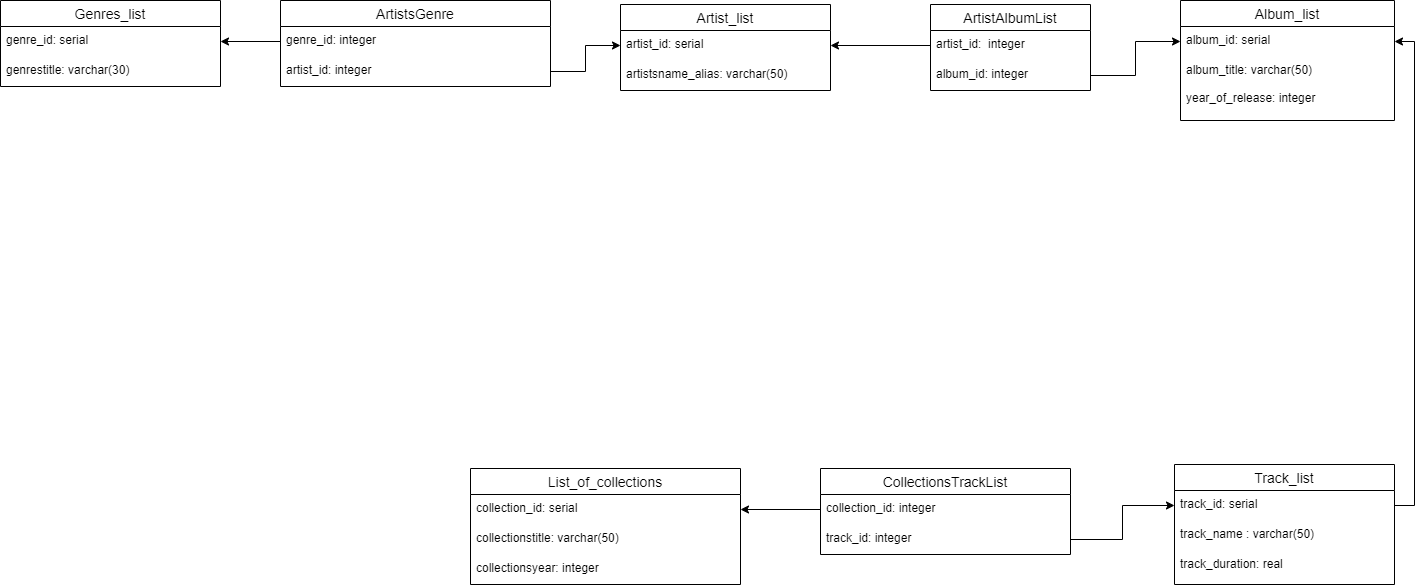
InessaSh2021/Repository_hw keeps this draw.io diagram as HW3_table.png. Above is the earlier version. Source tidied: cells renumbered, new cells last; positions are measured from the earlier drawing's top-left corner, leaving out a move shared by most shapes.
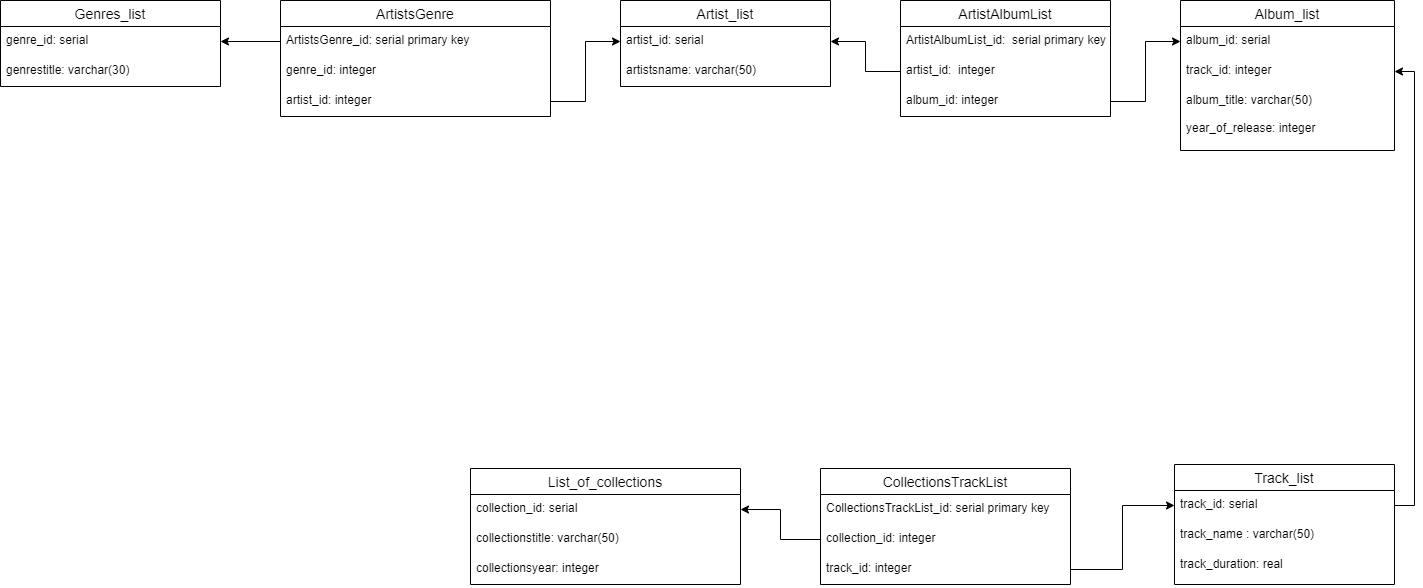
After the change.

The edit, as a diff of the source:
```diff
@@ -3,24 +3,27 @@
     <mxCell id="0" />
     <mxCell id="1" parent="0" />
     <mxCell id="2" value="Album_list" style="swimlane;fontStyle=0;horizontal=1;startSize=26;align=center;fontSize=14;" parent="1" vertex="1">
-      <mxGeometry x="1180" width="214" height="120" as="geometry" />
+      <mxGeometry x="1180" width="214" height="150" as="geometry" />
     </mxCell>
     <mxCell id="3" value="album_id: serial" style="text;strokeColor=none;fillColor=none;spacingLeft=4;spacingRight=4;overflow=hidden;points=[[0,0.5],[1,0.5]];portConstraint=eastwest;fontSize=12;" parent="2" vertex="1">
       <mxGeometry y="26" width="214" height="30" as="geometry" />
     </mxCell>
+    <mxCell id="38" value="track_id: integer" style="text;strokeColor=none;fillColor=none;spacingLeft=4;spacingRight=4;overflow=hidden;points=[[0,0.5],[1,0.5]];portConstraint=eastwest;fontSize=12;" parent="2" vertex="1">
+      <mxGeometry y="56" width="214" height="30" as="geometry" />
+    </mxCell>
     <mxCell id="4" value="album_title: varchar(50)&#10;&#10;year_of_release: integer&#10;&#10;" style="text;strokeColor=none;fillColor=none;spacingLeft=4;spacingRight=4;overflow=hidden;points=[[0,0.5],[1,0.5]];portConstraint=eastwest;fontSize=12;" parent="2" vertex="1">
-      <mxGeometry y="56" width="214" height="64" as="geometry" />
+      <mxGeometry y="86" width="214" height="64" as="geometry" />
     </mxCell>
     <mxCell id="5" style="edgeStyle=orthogonalEdgeStyle;rounded=0;orthogonalLoop=1;jettySize=auto;html=1;exitX=1;exitY=0.5;exitDx=0;exitDy=0;" parent="2" edge="1" source="4" target="4">
       <mxGeometry relative="1" as="geometry" />
     </mxCell>
     <mxCell id="6" value="Artist_list" style="swimlane;fontStyle=0;horizontal=1;startSize=26;align=center;fontSize=14;" parent="1" vertex="1">
-      <mxGeometry x="620" y="4" width="210" height="86" as="geometry" />
+      <mxGeometry x="620" width="210" height="86" as="geometry" />
     </mxCell>
     <mxCell id="7" value="artist_id: serial" style="text;strokeColor=none;fillColor=none;spacingLeft=4;spacingRight=4;overflow=hidden;points=[[0,0.5],[1,0.5]];portConstraint=eastwest;fontSize=12;" parent="6" vertex="1">
       <mxGeometry y="26" width="210" height="30" as="geometry" />
     </mxCell>
-    <mxCell id="8" value="artistsname_alias: varchar(50)" style="text;strokeColor=none;fillColor=none;spacingLeft=4;spacingRight=4;overflow=hidden;fontSize=12;" parent="6" vertex="1">
+    <mxCell id="8" value="artistsname: varchar(50)" style="text;strokeColor=none;fillColor=none;spacingLeft=4;spacingRight=4;overflow=hidden;fontSize=12;" parent="6" vertex="1">
       <mxGeometry y="56" width="210" height="30" as="geometry" />
     </mxCell>
     <mxCell id="9" value="Genres_list" style="swimlane;fontStyle=0;horizontal=1;startSize=26;align=center;fontSize=14;" parent="1" vertex="1">
@@ -63,13 +66,16 @@
       <mxGeometry y="86" width="270" height="30" as="geometry" />
     </mxCell>
     <mxCell id="22" value="ArtistsGenre" style="swimlane;fontStyle=0;horizontal=1;startSize=26;align=center;fontSize=14;" parent="1" vertex="1">
-      <mxGeometry x="280" width="270" height="86" as="geometry" />
+      <mxGeometry x="280" width="270" height="116" as="geometry" />
     </mxCell>
-    <mxCell id="23" value="genre_id: integer" style="text;strokeColor=none;fillColor=none;spacingLeft=4;spacingRight=4;overflow=hidden;points=[[0,0.5],[1,0.5]];portConstraint=eastwest;fontSize=12;" parent="22" vertex="1">
+    <mxCell id="23" value="ArtistsGenre_id: serial primary key" style="text;strokeColor=none;fillColor=none;spacingLeft=4;spacingRight=4;overflow=hidden;points=[[0,0.5],[1,0.5]];portConstraint=eastwest;fontSize=12;" parent="22" vertex="1">
       <mxGeometry y="26" width="270" height="30" as="geometry" />
     </mxCell>
+    <mxCell id="39" value="genre_id: integer" style="text;strokeColor=none;fillColor=none;spacingLeft=4;spacingRight=4;overflow=hidden;fontSize=12;" parent="22" vertex="1">
+      <mxGeometry y="56" width="270" height="30" as="geometry" />
+    </mxCell>
     <mxCell id="24" value="artist_id: integer" style="text;strokeColor=none;fillColor=none;spacingLeft=4;spacingRight=4;overflow=hidden;points=[[0,0.5],[1,0.5]];portConstraint=eastwest;fontSize=12;" parent="22" vertex="1">
-      <mxGeometry y="56" width="270" height="30" as="geometry" />
+      <mxGeometry y="86" width="270" height="30" as="geometry" />
     </mxCell>
     <mxCell id="25" style="edgeStyle=orthogonalEdgeStyle;rounded=0;jettySize=auto;html=1;exitX=0;exitY=0.5;exitDx=0;exitDy=0;entryX=1;entryY=0.5;entryDx=0;entryDy=0;" parent="1" edge="1" source="23" target="10">
       <mxGeometry relative="1" as="geometry" />
@@ -78,28 +84,34 @@
       <mxGeometry relative="1" as="geometry" />
     </mxCell>
     <mxCell id="27" value="ArtistAlbumList" style="swimlane;fontStyle=0;horizontal=1;startSize=26;align=center;fontSize=14;" parent="1" vertex="1">
-      <mxGeometry x="930" y="4" width="160" height="86" as="geometry" />
+      <mxGeometry x="900" width="210" height="116" as="geometry" />
     </mxCell>
-    <mxCell id="28" value="artist_id:  integer" style="text;strokeColor=none;fillColor=none;spacingLeft=4;spacingRight=4;overflow=hidden;points=[[0,0.5],[1,0.5]];portConstraint=eastwest;fontSize=12;" parent="27" vertex="1">
-      <mxGeometry y="26" width="160" height="30" as="geometry" />
+    <mxCell id="28" value="ArtistAlbumList_id:  serial primary key" style="text;strokeColor=none;fillColor=none;spacingLeft=4;spacingRight=4;overflow=hidden;points=[[0,0.5],[1,0.5]];portConstraint=eastwest;fontSize=12;" parent="27" vertex="1">
+      <mxGeometry y="26" width="210" height="30" as="geometry" />
     </mxCell>
+    <mxCell id="40" value="artist_id:  integer" style="text;strokeColor=none;fillColor=none;spacingLeft=4;spacingRight=4;overflow=hidden;points=[[0,0.5],[1,0.5]];portConstraint=eastwest;fontSize=12;" parent="27" vertex="1">
+      <mxGeometry y="56" width="210" height="30" as="geometry" />
+    </mxCell>
     <mxCell id="29" value="album_id: integer" style="text;strokeColor=none;fillColor=none;spacingLeft=4;spacingRight=4;overflow=hidden;points=[[0,0.5],[1,0.5]];portConstraint=eastwest;fontSize=12;" parent="27" vertex="1">
-      <mxGeometry y="56" width="160" height="30" as="geometry" />
+      <mxGeometry y="86" width="210" height="30" as="geometry" />
     </mxCell>
-    <mxCell id="30" style="edgeStyle=orthogonalEdgeStyle;rounded=0;jettySize=auto;html=1;exitX=0;exitY=0.5;exitDx=0;exitDy=0;entryX=1;entryY=0.5;entryDx=0;entryDy=0;" parent="1" edge="1" source="28" target="7">
+    <mxCell id="30" style="edgeStyle=orthogonalEdgeStyle;rounded=0;jettySize=auto;html=1;exitX=0;exitY=0.5;exitDx=0;exitDy=0;entryX=1;entryY=0.5;entryDx=0;entryDy=0;" parent="1" edge="1" source="40" target="7">
       <mxGeometry relative="1" as="geometry" />
     </mxCell>
     <mxCell id="31" style="edgeStyle=orthogonalEdgeStyle;rounded=0;jettySize=auto;html=1;exitX=1;exitY=0.5;exitDx=0;exitDy=0;entryX=0;entryY=0.5;entryDx=0;entryDy=0;" parent="1" edge="1" source="29" target="3">
       <mxGeometry relative="1" as="geometry" />
     </mxCell>
     <mxCell id="32" value="CollectionsTrackList" style="swimlane;fontStyle=0;horizontal=1;startSize=26;align=center;fontSize=14;" parent="1" vertex="1">
-      <mxGeometry x="820" y="468" width="250" height="86" as="geometry" />
+      <mxGeometry x="820" y="468" width="250" height="116" as="geometry" />
     </mxCell>
+    <mxCell id="41" value="CollectionsTrackList_id: serial primary key" style="text;strokeColor=none;fillColor=none;spacingLeft=4;spacingRight=4;overflow=hidden;fontSize=12;" parent="32" vertex="1">
+      <mxGeometry y="26" width="250" height="30" as="geometry" />
+    </mxCell>
     <mxCell id="33" value="collection_id: integer" style="text;strokeColor=none;fillColor=none;spacingLeft=4;spacingRight=4;overflow=hidden;points=[[0,0.5],[1,0.5]];portConstraint=eastwest;fontSize=12;" parent="32" vertex="1">
-      <mxGeometry y="26" width="250" height="30" as="geometry" />
+      <mxGeometry y="56" width="250" height="30" as="geometry" />
     </mxCell>
     <mxCell id="34" value="track_id: integer" style="text;strokeColor=none;fillColor=none;spacingLeft=4;spacingRight=4;overflow=hidden;points=[[0,0.5],[1,0.5]];portConstraint=eastwest;fontSize=12;" parent="32" vertex="1">
-      <mxGeometry y="56" width="250" height="30" as="geometry" />
+      <mxGeometry y="86" width="250" height="30" as="geometry" />
     </mxCell>
     <mxCell id="35" style="edgeStyle=orthogonalEdgeStyle;rounded=0;jettySize=auto;html=1;exitX=1;exitY=0.5;exitDx=0;exitDy=0;entryX=0;entryY=0.5;entryDx=0;entryDy=0;" parent="1" edge="1" source="34" target="13">
       <mxGeometry relative="1" as="geometry" />
@@ -107,8 +119,8 @@
     <mxCell id="36" style="edgeStyle=orthogonalEdgeStyle;rounded=0;jettySize=auto;html=1;exitX=0;exitY=0.5;exitDx=0;exitDy=0;" parent="1" edge="1" source="33" target="19">
       <mxGeometry relative="1" as="geometry" />
     </mxCell>
-    <mxCell id="37" style="edgeStyle=orthogonalEdgeStyle;rounded=0;jettySize=auto;html=1;exitX=1;exitY=0.5;exitDx=0;exitDy=0;entryX=1;entryY=0.5;entryDx=0;entryDy=0;" parent="1" edge="1" source="13" target="3">
-      <mxGeometry relative="1" as="geometry" />
-    </mxCell>
+    <mxCell id="42" style="edgeStyle=orthogonalEdgeStyle;rounded=0;jettySize=auto;html=1;exitX=1;exitY=0.5;exitDx=0;exitDy=0;entryX=1;entryY=0.5;entryDx=0;entryDy=0;" parent="1" edge="1" source="13" target="38">
+      <mxGeometry relative="1" as="geometry" />
+    </mxCell>
   </root>
 </mxGraphModel>
```
